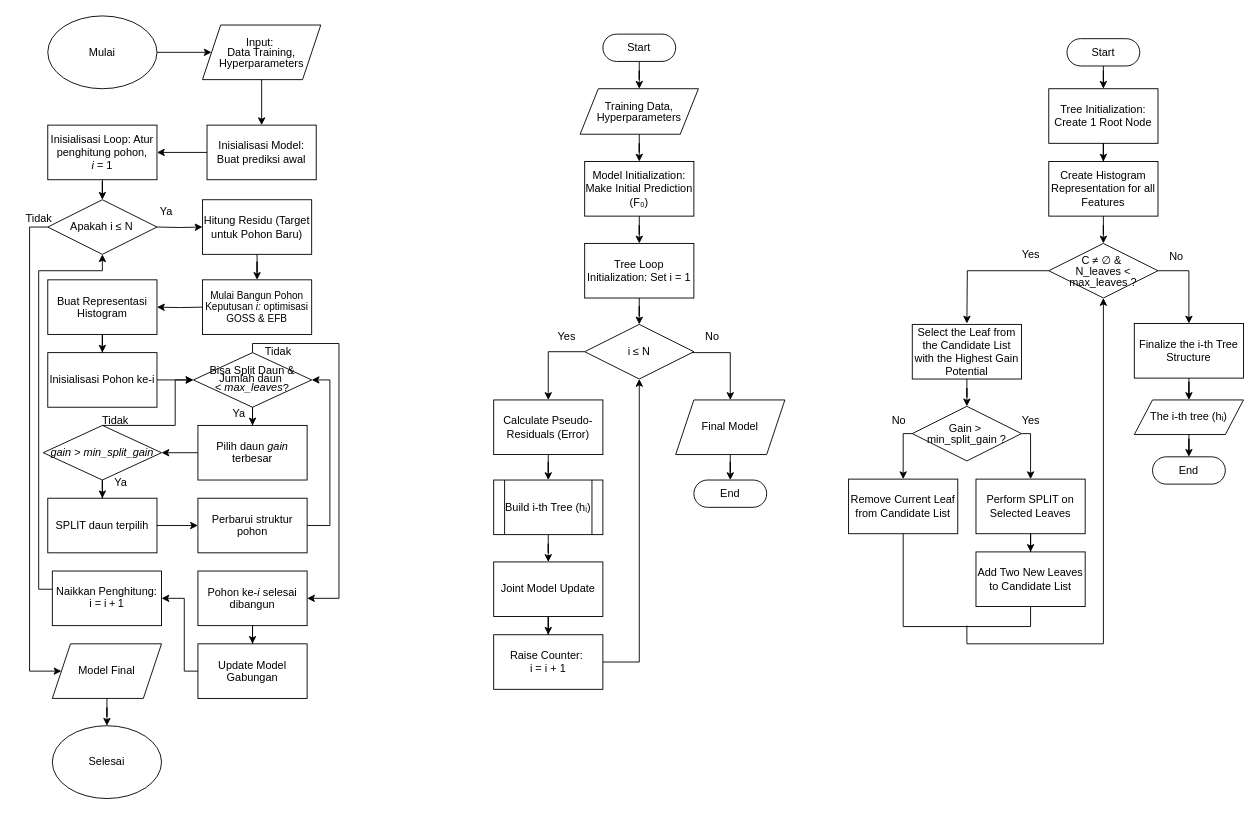
Before: diagrams/Flowchart LGBM 2 .drawio in fadhilra101/skripsi, a draw.io diagram. Source tidied: cells renumbered, new cells numbered last; positions are measured from the earlier drawing's top-left corner, leaving out a move shared by most shapes. Both pictures are drawn from the tidied source at 91%, with x=0, y=0 at pixel (15, 15).
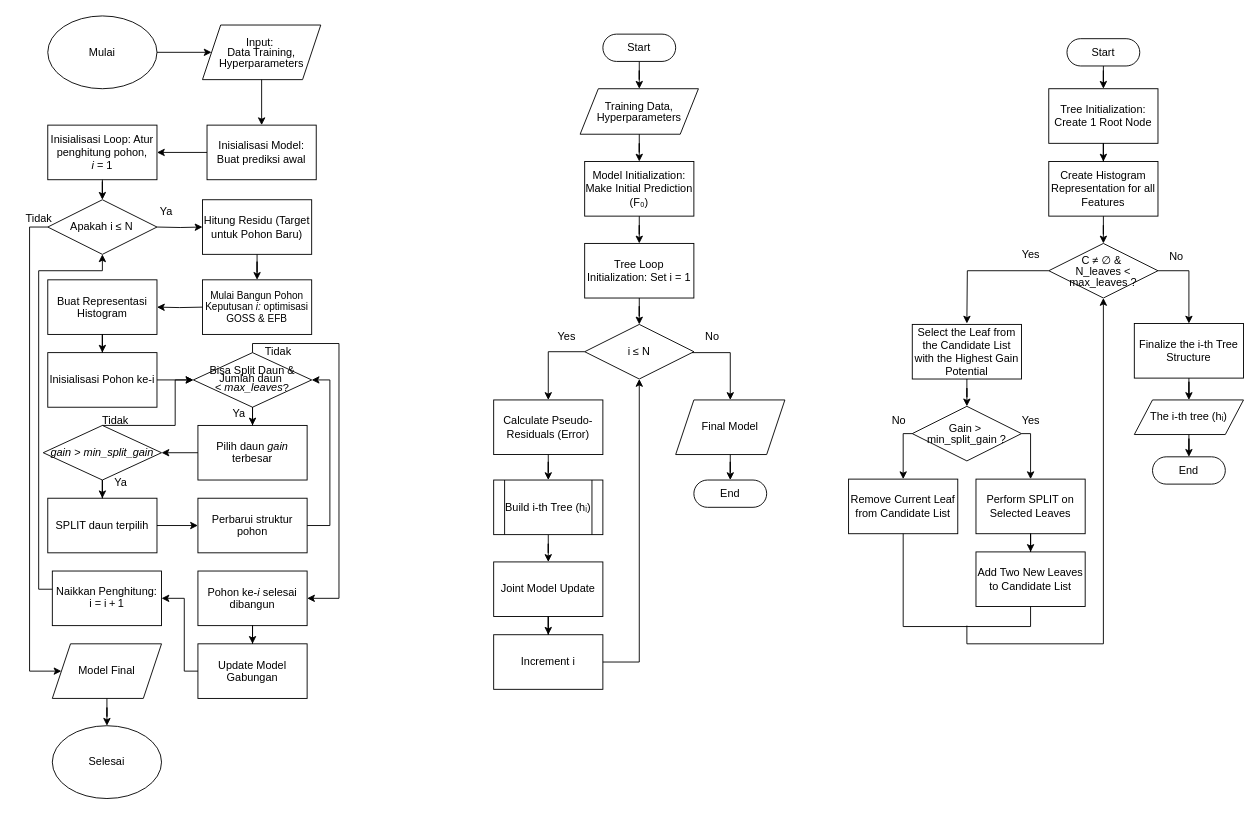
After the change.

Change to the diagram source:
```diff
@@
-    <mxCell id="66" value="&lt;div&gt;Raise Counter:&amp;nbsp;&lt;/div&gt;&lt;div&gt;i = i + 1&lt;/div&gt;" style="rounded=0;whiteSpace=wrap;html=1;strokeColor=default;align=center;verticalAlign=middle;fontFamily=Helvetica;fontSize=12;fontColor=default;fillColor=none;" parent="1" vertex="1">
+    <mxCell id="66" value="&lt;div&gt;Increment i&lt;/div&gt;" style="rounded=0;whiteSpace=wrap;html=1;strokeColor=default;align=center;verticalAlign=middle;fontFamily=Helvetica;fontSize=12;fontColor=default;fillColor=none;" parent="1" vertex="1">
       <mxGeometry x="525" y="680" width="120" height="60" as="geometry" />
     </mxCell>
```
